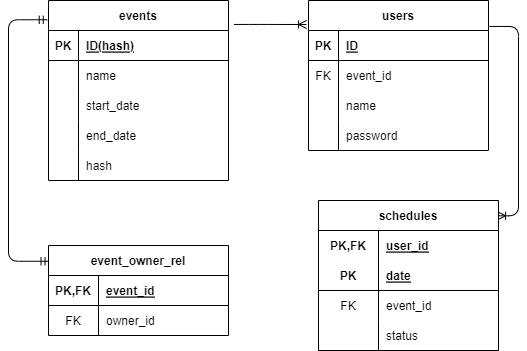
kuu13580/schedule-checker keeps this draw.io diagram as DB_ER_diagram.drawio.png. Above is the earlier version. Source tidied: cells renumbered, new cells last; positions are measured from the earlier drawing's top-left corner, leaving out a move shared by most shapes.
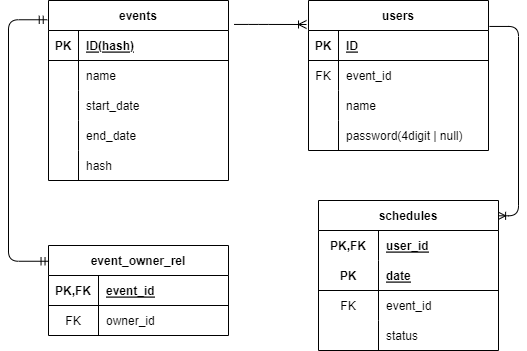
The same diagram one commit later.

Commit message:
userのpass仕様変更

Diff of the diagram source:
```diff
@@ -93,7 +93,7 @@
     <mxCell id="30" style="shape=partialRectangle;fillColor=none;top=0;left=0;bottom=0;right=0;overflow=hidden;" parent="29" vertex="1">
       <mxGeometry width="30" height="30" as="geometry" />
     </mxCell>
-    <mxCell id="31" value="password" style="shape=partialRectangle;fillColor=none;top=0;left=0;bottom=0;right=0;align=left;spacingLeft=6;overflow=hidden;" parent="29" vertex="1">
+    <mxCell id="31" value="password(4digit | null)" style="shape=partialRectangle;fillColor=none;top=0;left=0;bottom=0;right=0;align=left;spacingLeft=6;overflow=hidden;" parent="29" vertex="1">
       <mxGeometry x="30" width="150" height="30" as="geometry" />
     </mxCell>
     <mxCell id="32" style="edgeStyle=elbowEdgeStyle;fontSize=12;html=1;endArrow=ERoneToMany;entryX=0.995;entryY=0.102;entryDx=0;entryDy=0;entryPerimeter=0;jumpStyle=none;exitX=1.005;exitY=0.173;exitDx=0;exitDy=0;exitPerimeter=0;elbow=vertical;" parent="1" edge="1" source="19" target="33">
```
